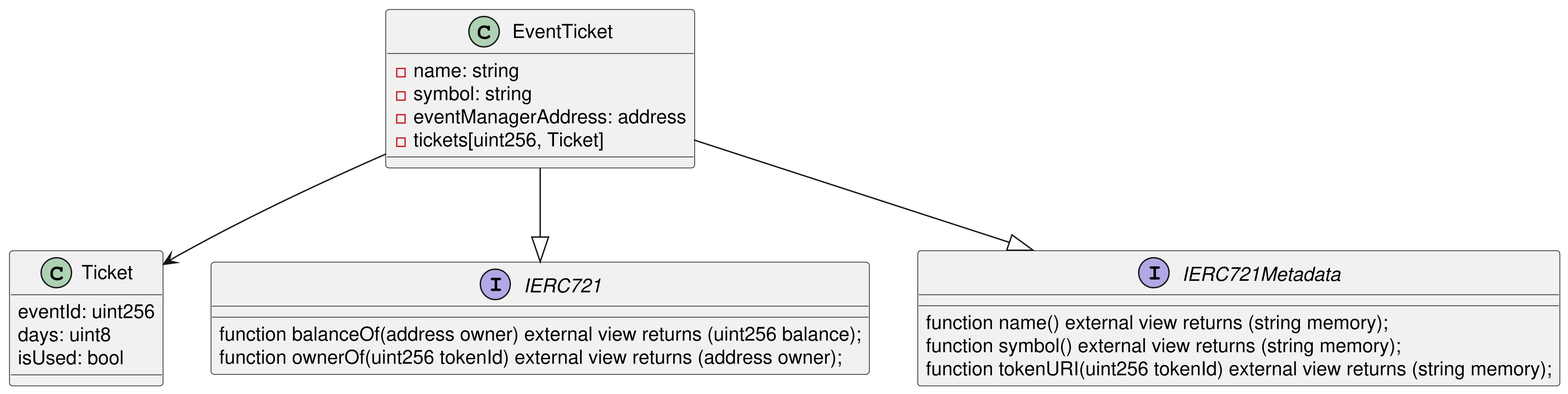
The PlantUML diagram img/event-ticket.png in ai-shift/cyber-valley-tickets, before a commit. Its diagram source:
```plantuml
@startuml
skinparam Dpi 300
class EventTicket {
  - name: string
  - symbol: string
  - eventManagerAddress: address
  - tickets[uint256, Ticket]
}

class Ticket {
  eventId: uint256
  days: uint8
  isUsed: bool
}

interface IERC721 {
    function balanceOf(address owner) external view returns (uint256 balance);
    function ownerOf(uint256 tokenId) external view returns (address owner);
}

interface IERC721Metadata {
    function name() external view returns (string memory);
    function symbol() external view returns (string memory);
    function tokenURI(uint256 tokenId) external view returns (string memory);
}

EventTicket --> Ticket
EventTicket --|> IERC721
EventTicket --|> IERC721Metadata
@enduml
```
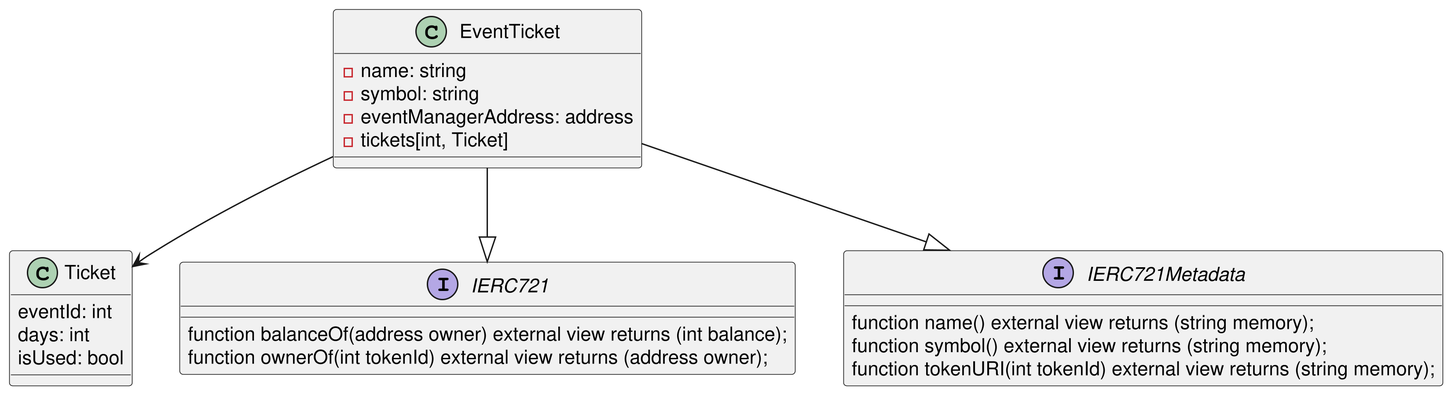
After the change.

The edit, as a diff of the source:
```diff
@@ -4,24 +4,24 @@
   - name: string
   - symbol: string
   - eventManagerAddress: address
-  - tickets[uint256, Ticket]
+  - tickets[int, Ticket]
 }
 
 class Ticket {
-  eventId: uint256
-  days: uint8
+  eventId: int
+  days: int
   isUsed: bool
 }
 
 interface IERC721 {
-    function balanceOf(address owner) external view returns (uint256 balance);
-    function ownerOf(uint256 tokenId) external view returns (address owner);
+    function balanceOf(address owner) external view returns (int balance);
+    function ownerOf(int tokenId) external view returns (address owner);
 }
 
 interface IERC721Metadata {
     function name() external view returns (string memory);
     function symbol() external view returns (string memory);
-    function tokenURI(uint256 tokenId) external view returns (string memory);
+    function tokenURI(int tokenId) external view returns (string memory);
 }
 
 EventTicket --> Ticket
```
